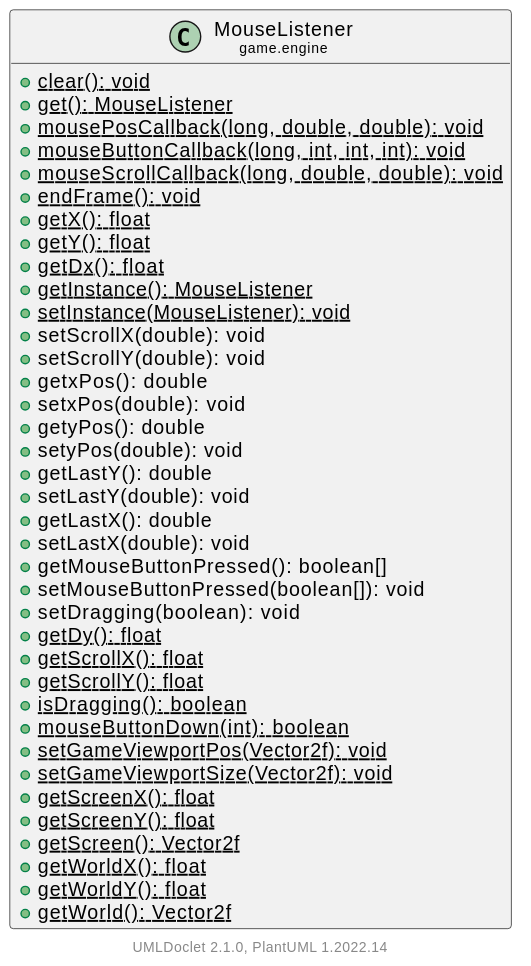
This is doc/javadoc/game/engine/MouseListener.svg from Hirschiii/JavaGameEngine, a PlantUML export, as it was before one commit.
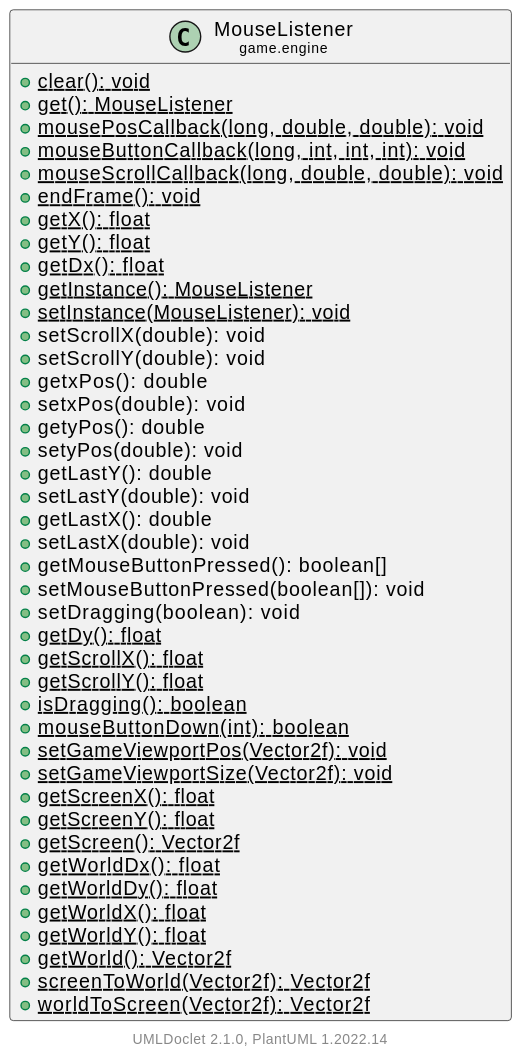
Above is the later version.

What changed in the source:
```diff
@@ -38,9 +38,13 @@
         {static} +getScreenX(): float
         {static} +getScreenY(): float
         {static} +getScreen(): Vector2f
+        {static} +getWorldDx(): float
+        {static} +getWorldDy(): float
         {static} +getWorldX(): float
         {static} +getWorldY(): float
         {static} +getWorld(): Vector2f
+        {static} +screenToWorld(Vector2f): Vector2f
+        {static} +worldToScreen(Vector2f): Vector2f
     }
 
     center footer UMLDoclet 2.1.0, PlantUML %version()
```
